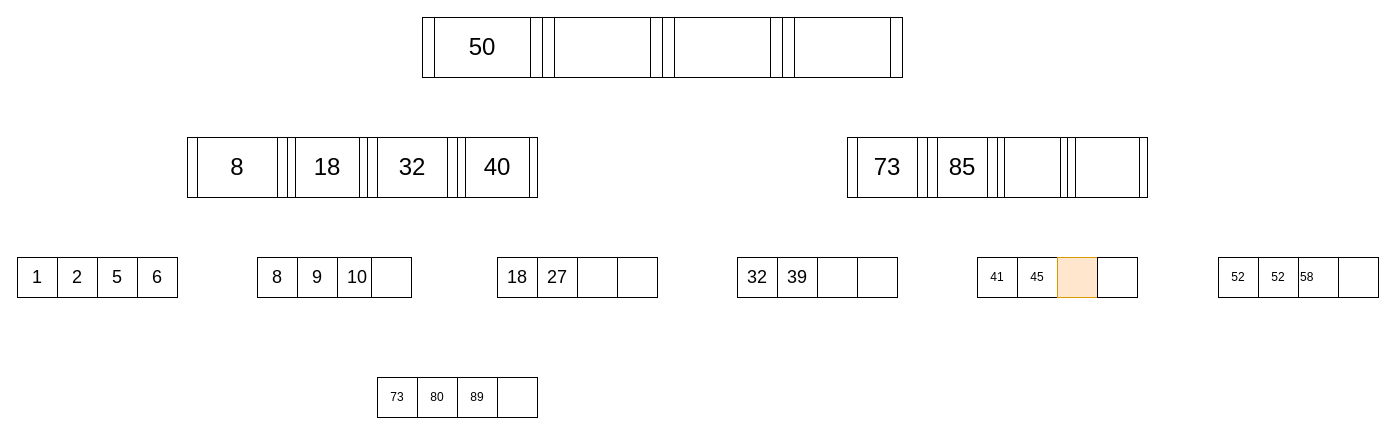
The draw.io diagram page "Page-6" (6 of 8) of Untitled Diagram.drawio in Bibi2002/Proekt, before the edit. Source tidied: cells renumbered, new cells numbered last; positions are measured from the earlier drawing's top-left corner, leaving out a move shared by most shapes. Both pictures are drawn from the tidied source at 100%, with x=0, y=0 at pixel (17, 17).
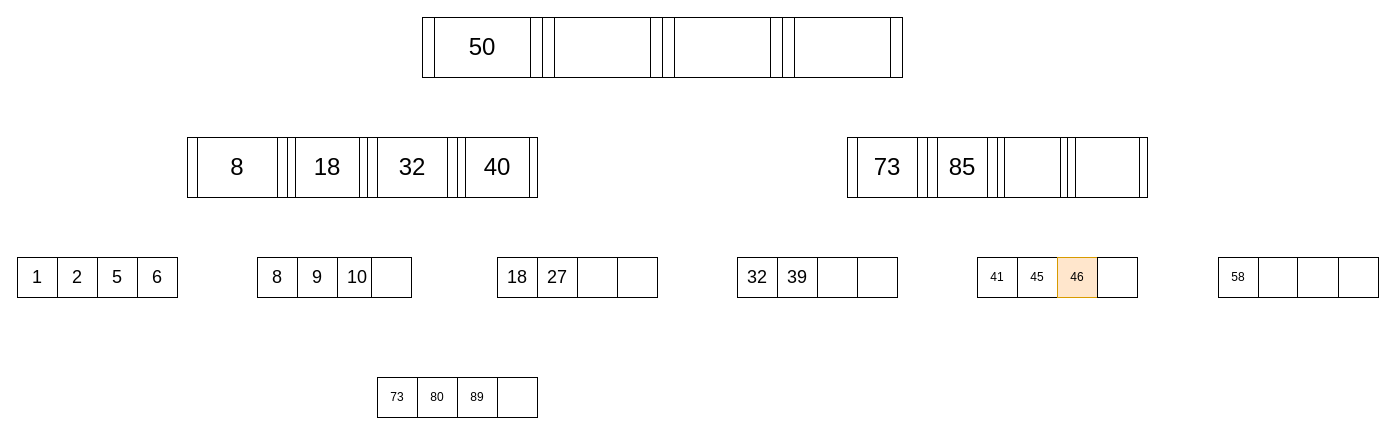
After the change.

The edit, as a diff of the source:
```diff
@@
-    <mxCell id="32" style="rounded=0;whiteSpace=wrap;html=1;hachureGap=4;align=center;fillColor=#ffe6cc;strokeColor=#d79b00;" parent="1" vertex="1">
+    <mxCell id="32" value="46" style="rounded=0;whiteSpace=wrap;html=1;hachureGap=4;align=center;fillColor=#ffe6cc;strokeColor=#d79b00;" parent="1" vertex="1">
       <mxGeometry x="1040" y="240" width="40" height="40" as="geometry" />
     </mxCell>
@@
-    <mxCell id="34" value="52" style="rounded=0;whiteSpace=wrap;html=1;hachureGap=4;align=center;" parent="1" vertex="1">
+    <mxCell id="34" value="58" style="rounded=0;whiteSpace=wrap;html=1;hachureGap=4;align=center;" parent="1" vertex="1">
       <mxGeometry x="1201" y="240" width="40" height="40" as="geometry" />
     </mxCell>
-    <mxCell id="35" value="52" style="rounded=0;whiteSpace=wrap;html=1;hachureGap=4;align=center;" parent="1" vertex="1">
-      <mxGeometry x="1241" y="240" width="40" height="40" as="geometry" />
+    <mxCell id="35" style="rounded=0;whiteSpace=wrap;html=1;hachureGap=4;align=center;" parent="1" vertex="1">
+      <mxGeometry x="1241" y="240" width="39" height="40" as="geometry" />
     </mxCell>
-    <mxCell id="36" value="58" style="rounded=0;whiteSpace=wrap;html=1;hachureGap=4;align=left;" parent="1" vertex="1">
-      <mxGeometry x="1281" y="240" width="40" height="40" as="geometry" />
+    <mxCell id="36" style="rounded=0;whiteSpace=wrap;html=1;hachureGap=4;align=left;" parent="1" vertex="1">
+      <mxGeometry x="1280" y="240" width="41" height="40" as="geometry" />
     </mxCell>
```
